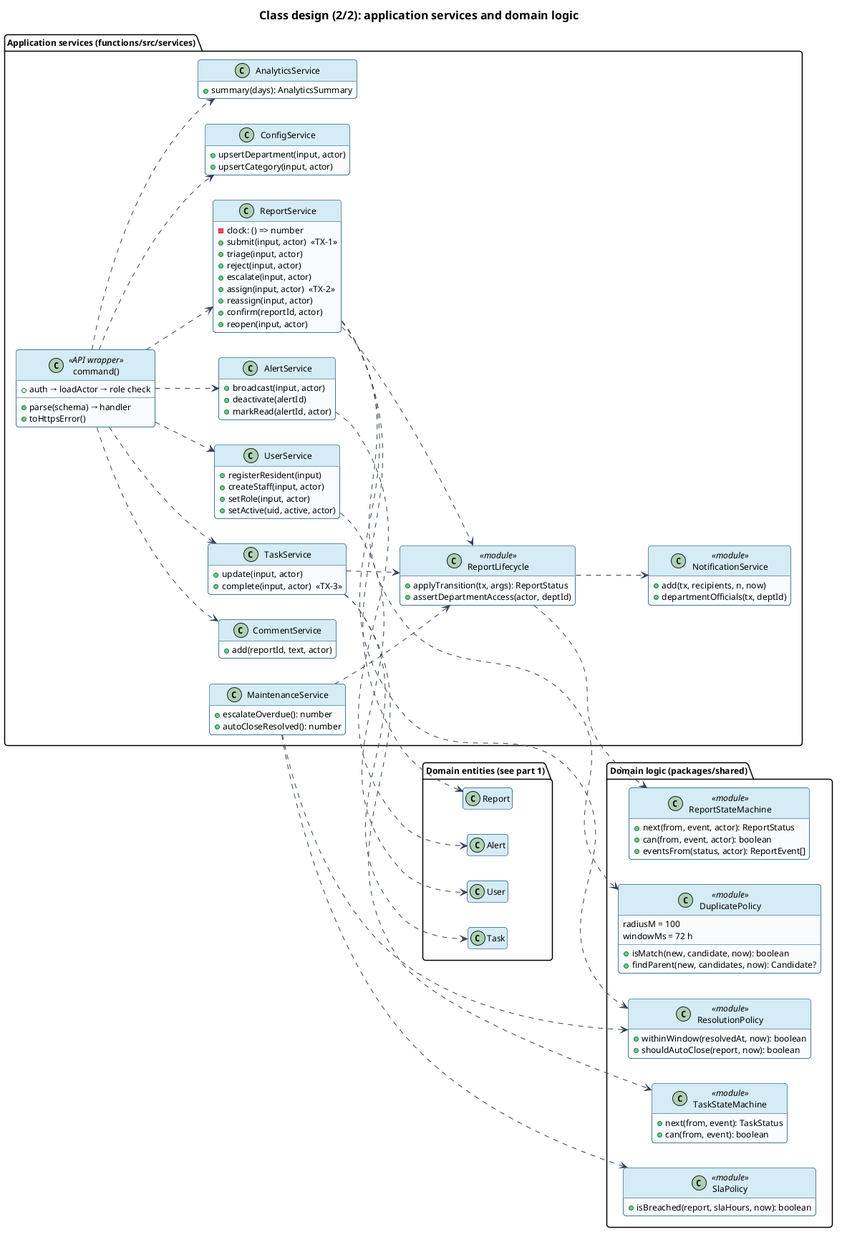
Earlier version of the PlantUML export docs/diagrams/class-services.png (altechemist/civiclink).
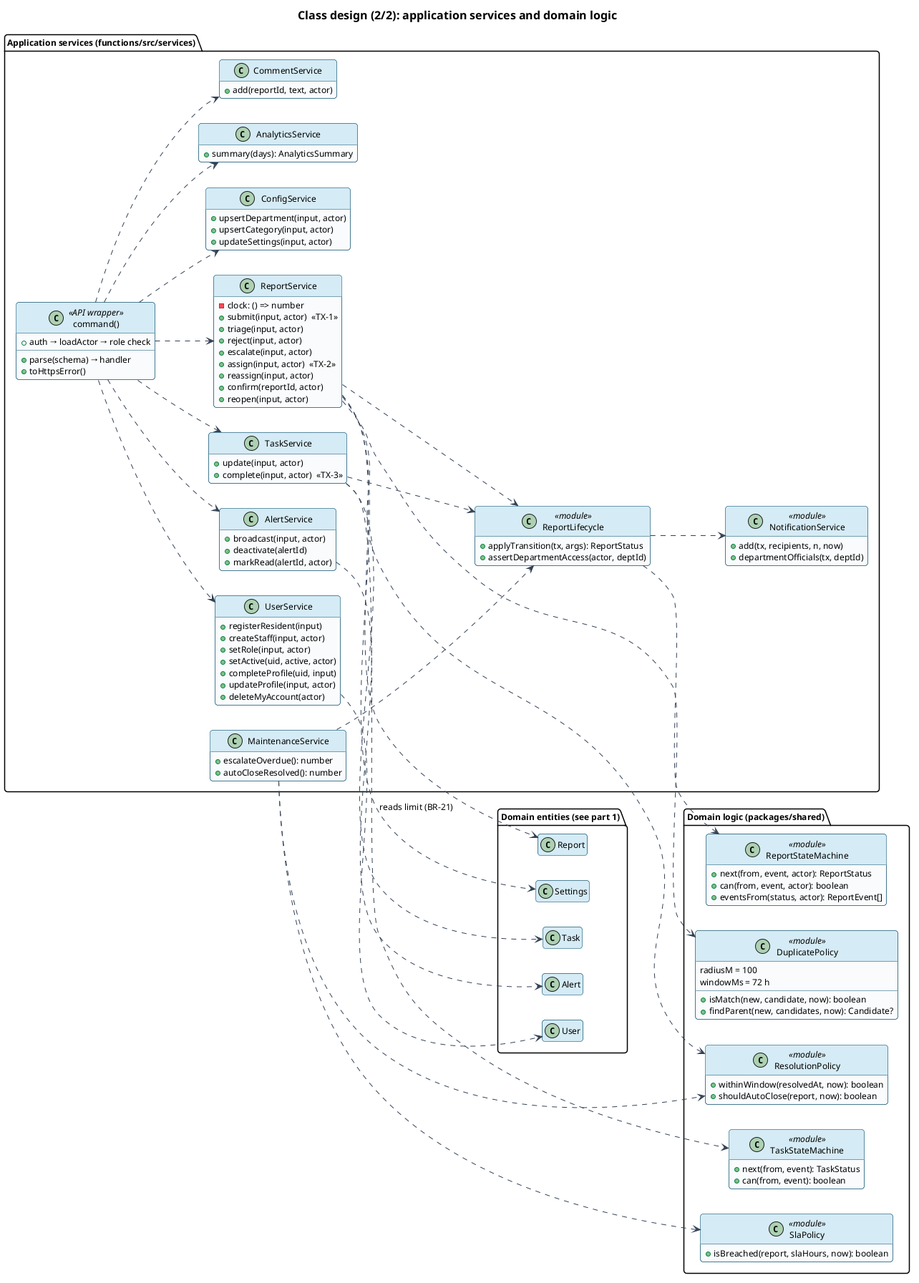
Later version of the same file.

What changed in the source:
```diff
@@ -37,10 +37,14 @@
     +createStaff(input, actor)
     +setRole(input, actor)
     +setActive(uid, active, actor)
+    +completeProfile(uid, input)
+    +updateProfile(input, actor)
+    +deleteMyAccount(actor)
   }
   class ConfigService {
     +upsertDepartment(input, actor)
     +upsertCategory(input, actor)
+    +updateSettings(input, actor)
   }
   class MaintenanceService {
     +escalateOverdue(): number
@@ -89,6 +93,7 @@
   class Task
   class Alert
   class User
+  class Settings
 }
 Command ..> ReportService
 Command ..> TaskService
@@ -111,4 +116,5 @@
 TaskService ..> Task
 AlertService ..> Alert
 UserService ..> User
+ReportService ..> Settings : reads limit (BR-21)
 @enduml
```
